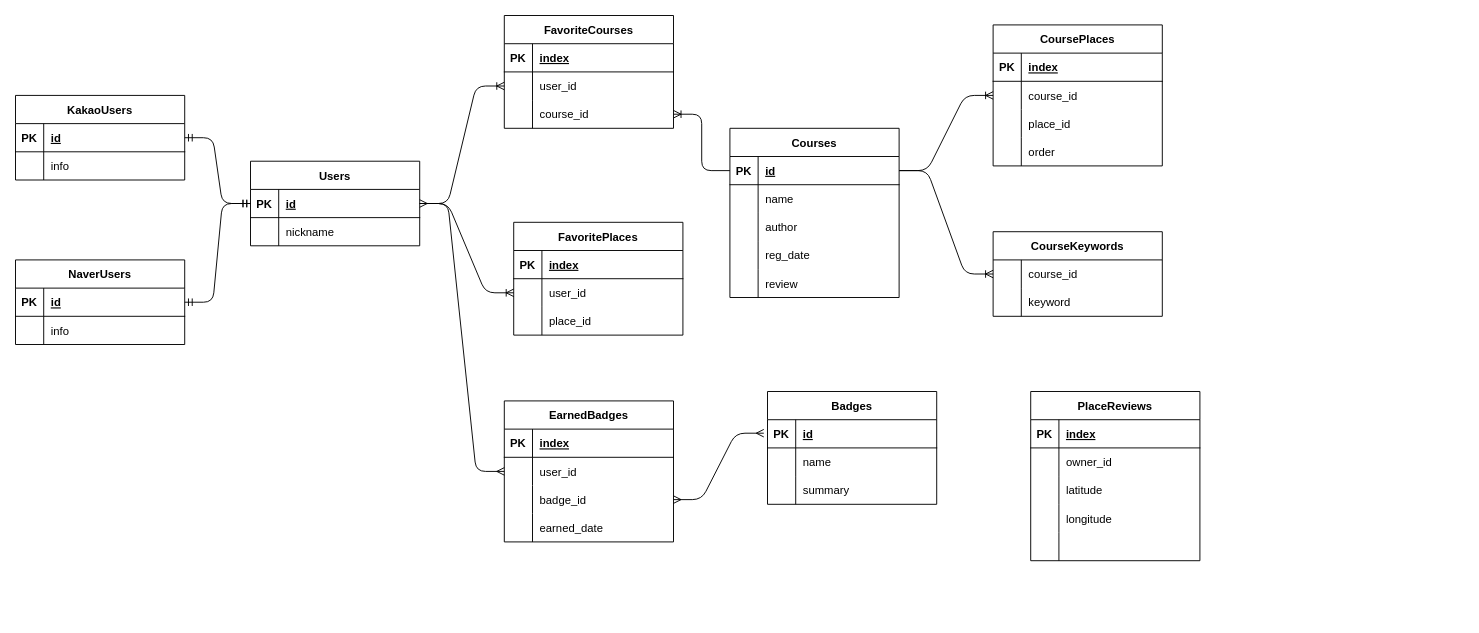
Earlier version of the draw.io diagram doc/scheme.drawio (snowmerak/ggeco). Source tidied: cells renumbered, new cells numbered last; positions are measured from the earlier drawing's top-left corner, leaving out a move shared by most shapes. Both pictures are drawn from the tidied source at 94%, with x=0, y=0 at pixel (15, 15).
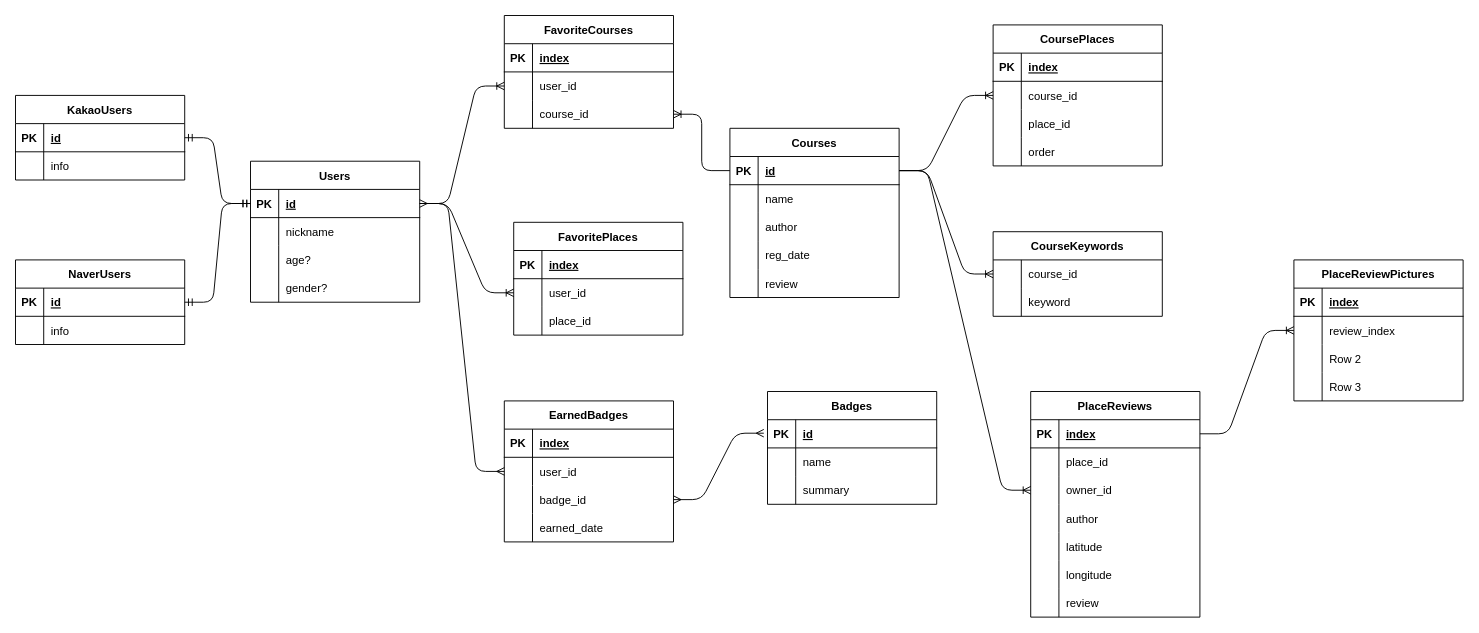
The same page after the edit.

Unchanged cells that the change refers to:
```xml
<mxCell id="3" style="shape=tableRow;horizontal=0;startSize=0;swimlaneHead=0;swimlaneBody=0;fillColor=none;points=[[0,0.5],[1,0.5]];portConstraint=eastwest;top=0;left=0;right=0;bottom=1;" parent="2" vertex="1">
  <mxGeometry y="30" width="180" height="30" as="geometry" />
</mxCell>
<mxCell id="112" style="shape=tableRow;horizontal=0;startSize=0;swimlaneHead=0;swimlaneBody=0;fillColor=none;points=[[0,0.5],[1,0.5]];portConstraint=eastwest;top=0;left=0;right=0;bottom=1;" parent="111" vertex="1">
  <mxGeometry y="30" width="180" height="30" as="geometry" />
</mxCell>
```

Change to the diagram source:
```diff
@@
     <mxCell id="40" value="Users" style="shape=table;startSize=30;childLayout=tableLayout;rowLines=0;fontStyle=1;align=center;" parent="1" vertex="1">
-      <mxGeometry x="250" y="155" width="180" height="90" as="geometry" />
+      <mxGeometry x="250" y="155" width="180" height="150" as="geometry" />
     </mxCell>
@@
+    <mxCell id="127" style="shape=tableRow;horizontal=0;startSize=0;swimlaneHead=0;swimlaneBody=0;fillColor=none;top=0;left=0;right=0;bottom=0;" parent="40" vertex="1">
+      <mxGeometry y="90" width="180" height="30" as="geometry" />
+    </mxCell>
+    <mxCell id="128" style="shape=partialRectangle;fillColor=none;top=0;left=0;bottom=0;right=0;overflow=hidden;" parent="127" vertex="1">
+      <mxGeometry width="30" height="30" as="geometry" />
+    </mxCell>
+    <mxCell id="129" value="age?" style="shape=partialRectangle;fillColor=none;top=0;left=0;bottom=0;right=0;align=left;spacingLeft=6;overflow=hidden;" parent="127" vertex="1">
+      <mxGeometry x="30" width="150" height="30" as="geometry" />
+    </mxCell>
+    <mxCell id="130" style="shape=tableRow;horizontal=0;startSize=0;swimlaneHead=0;swimlaneBody=0;fillColor=none;top=0;left=0;right=0;bottom=0;" parent="40" vertex="1">
+      <mxGeometry y="120" width="180" height="30" as="geometry" />
+    </mxCell>
+    <mxCell id="131" style="shape=partialRectangle;fillColor=none;top=0;left=0;bottom=0;right=0;overflow=hidden;" parent="130" vertex="1">
+      <mxGeometry width="30" height="30" as="geometry" />
+    </mxCell>
+    <mxCell id="132" value="gender?" style="shape=partialRectangle;fillColor=none;top=0;left=0;bottom=0;right=0;align=left;spacingLeft=6;overflow=hidden;" parent="130" vertex="1">
+      <mxGeometry x="30" width="150" height="30" as="geometry" />
+    </mxCell>
@@
     <mxCell id="111" value="PlaceReviews" style="shape=table;startSize=30;childLayout=tableLayout;rowLines=0;fontStyle=1;align=center;" parent="1" vertex="1">
-      <mxGeometry x="1080" y="400" width="180" height="180" as="geometry" />
+      <mxGeometry x="1080" y="400" width="180" height="240" as="geometry" />
     </mxCell>
@@
+    <mxCell id="133" style="shape=tableRow;horizontal=0;startSize=0;swimlaneHead=0;swimlaneBody=0;fillColor=none;top=0;left=0;right=0;bottom=0;" parent="111" vertex="1">
+      <mxGeometry y="60" width="180" height="30" as="geometry" />
+    </mxCell>
+    <mxCell id="134" style="shape=partialRectangle;fillColor=none;top=0;left=0;bottom=0;right=0;overflow=hidden;" parent="133" vertex="1">
+      <mxGeometry width="30" height="30" as="geometry" />
+    </mxCell>
+    <mxCell id="135" value="place_id" style="shape=partialRectangle;fillColor=none;top=0;left=0;bottom=0;right=0;align=left;spacingLeft=6;overflow=hidden;" parent="133" vertex="1">
+      <mxGeometry x="30" width="150" height="30" as="geometry" />
+    </mxCell>
     <mxCell id="115" style="shape=tableRow;horizontal=0;startSize=0;swimlaneHead=0;swimlaneBody=0;fillColor=none;points=[[0,0.5],[1,0.5]];portConstraint=eastwest;top=0;left=0;right=0;bottom=0;" parent="111" vertex="1">
-      <mxGeometry y="60" width="180" height="30" as="geometry" />
+      <mxGeometry y="90" width="180" height="30" as="geometry" />
     </mxCell>
@@
+    <mxCell id="136" style="shape=tableRow;horizontal=0;startSize=0;swimlaneHead=0;swimlaneBody=0;fillColor=none;top=0;left=0;right=0;bottom=0;" parent="111" vertex="1">
+      <mxGeometry y="120" width="180" height="30" as="geometry" />
+    </mxCell>
+    <mxCell id="137" style="shape=partialRectangle;fillColor=none;top=0;left=0;bottom=0;right=0;overflow=hidden;" parent="136" vertex="1">
+      <mxGeometry width="30" height="30" as="geometry" />
+    </mxCell>
+    <mxCell id="138" value="author" style="shape=partialRectangle;fillColor=none;top=0;left=0;bottom=0;right=0;align=left;spacingLeft=6;overflow=hidden;" parent="136" vertex="1">
+      <mxGeometry x="30" width="150" height="30" as="geometry" />
+    </mxCell>
     <mxCell id="118" style="shape=tableRow;horizontal=0;startSize=0;swimlaneHead=0;swimlaneBody=0;fillColor=none;top=0;left=0;right=0;bottom=0;" parent="111" vertex="1">
-      <mxGeometry y="90" width="180" height="30" as="geometry" />
+      <mxGeometry y="150" width="180" height="30" as="geometry" />
     </mxCell>
@@
     <mxCell id="121" style="shape=tableRow;horizontal=0;startSize=0;swimlaneHead=0;swimlaneBody=0;fillColor=none;top=0;left=0;right=0;bottom=0;" parent="111" vertex="1">
-      <mxGeometry y="120" width="180" height="30" as="geometry" />
+      <mxGeometry y="180" width="180" height="30" as="geometry" />
     </mxCell>
@@
     <mxCell id="124" style="shape=tableRow;horizontal=0;startSize=0;swimlaneHead=0;swimlaneBody=0;fillColor=none;top=0;left=0;right=0;bottom=0;" parent="111" vertex="1">
-      <mxGeometry y="150" width="180" height="30" as="geometry" />
+      <mxGeometry y="210" width="180" height="30" as="geometry" />
     </mxCell>
@@
-    <mxCell id="126" style="shape=partialRectangle;fillColor=none;top=0;left=0;bottom=0;right=0;align=left;spacingLeft=6;overflow=hidden;" parent="124" vertex="1">
+    <mxCell id="126" value="review" style="shape=partialRectangle;fillColor=none;top=0;left=0;bottom=0;right=0;align=left;spacingLeft=6;overflow=hidden;" parent="124" vertex="1">
       <mxGeometry x="30" width="150" height="30" as="geometry" />
     </mxCell>
+    <mxCell id="139" style="edgeStyle=entityRelationEdgeStyle;fontSize=12;html=1;endArrow=ERoneToMany;exitX=1;exitY=0.5;exitDx=0;exitDy=0;entryX=0;entryY=0.5;entryDx=0;entryDy=0;" parent="1" edge="1" source="3" target="115">
+      <mxGeometry relative="1" as="geometry" />
+    </mxCell>
+    <mxCell id="140" value="PlaceReviewPictures" style="shape=table;startSize=30;childLayout=tableLayout;rowLines=0;fontStyle=1;align=center;" parent="1" vertex="1">
+      <mxGeometry x="1360" y="260" width="180" height="150" as="geometry" />
+    </mxCell>
+    <mxCell id="141" style="shape=tableRow;horizontal=0;startSize=0;swimlaneHead=0;swimlaneBody=0;fillColor=none;top=0;left=0;right=0;bottom=1;" parent="140" vertex="1">
+      <mxGeometry y="30" width="180" height="30" as="geometry" />
+    </mxCell>
+    <mxCell id="142" value="PK" style="shape=partialRectangle;fillColor=none;top=0;left=0;bottom=0;right=0;fontStyle=1;overflow=hidden;" parent="141" vertex="1">
+      <mxGeometry width="30" height="30" as="geometry" />
+    </mxCell>
+    <mxCell id="143" value="index" style="shape=partialRectangle;fillColor=none;top=0;left=0;bottom=0;right=0;align=left;spacingLeft=6;fontStyle=5;overflow=hidden;" parent="141" vertex="1">
+      <mxGeometry x="30" width="150" height="30" as="geometry" />
+    </mxCell>
+    <mxCell id="144" style="shape=tableRow;horizontal=0;startSize=0;swimlaneHead=0;swimlaneBody=0;fillColor=none;points=[[0,0.5],[1,0.5]];portConstraint=eastwest;top=0;left=0;right=0;bottom=0;" parent="140" vertex="1">
+      <mxGeometry y="60" width="180" height="30" as="geometry" />
+    </mxCell>
+    <mxCell id="145" style="shape=partialRectangle;fillColor=none;top=0;left=0;bottom=0;right=0;overflow=hidden;" parent="144" vertex="1">
+      <mxGeometry width="30" height="30" as="geometry" />
+    </mxCell>
+    <mxCell id="146" value="review_index" style="shape=partialRectangle;fillColor=none;top=0;left=0;bottom=0;right=0;align=left;spacingLeft=6;overflow=hidden;" parent="144" vertex="1">
+      <mxGeometry x="30" width="150" height="30" as="geometry" />
+    </mxCell>
+    <mxCell id="147" style="shape=tableRow;horizontal=0;startSize=0;swimlaneHead=0;swimlaneBody=0;fillColor=none;top=0;left=0;right=0;bottom=0;" parent="140" vertex="1">
+      <mxGeometry y="90" width="180" height="30" as="geometry" />
+    </mxCell>
+    <mxCell id="148" style="shape=partialRectangle;fillColor=none;top=0;left=0;bottom=0;right=0;overflow=hidden;" parent="147" vertex="1">
+      <mxGeometry width="30" height="30" as="geometry" />
+    </mxCell>
+    <mxCell id="149" value="Row 2" style="shape=partialRectangle;fillColor=none;top=0;left=0;bottom=0;right=0;align=left;spacingLeft=6;overflow=hidden;" parent="147" vertex="1">
+      <mxGeometry x="30" width="150" height="30" as="geometry" />
+    </mxCell>
+    <mxCell id="150" style="shape=tableRow;horizontal=0;startSize=0;swimlaneHead=0;swimlaneBody=0;fillColor=none;top=0;left=0;right=0;bottom=0;" parent="140" vertex="1">
+      <mxGeometry y="120" width="180" height="30" as="geometry" />
+    </mxCell>
+    <mxCell id="151" style="shape=partialRectangle;fillColor=none;top=0;left=0;bottom=0;right=0;overflow=hidden;" parent="150" vertex="1">
+      <mxGeometry width="30" height="30" as="geometry" />
+    </mxCell>
+    <mxCell id="152" value="Row 3" style="shape=partialRectangle;fillColor=none;top=0;left=0;bottom=0;right=0;align=left;spacingLeft=6;overflow=hidden;" parent="150" vertex="1">
+      <mxGeometry x="30" width="150" height="30" as="geometry" />
+    </mxCell>
+    <mxCell id="153" style="edgeStyle=entityRelationEdgeStyle;fontSize=12;html=1;endArrow=ERoneToMany;exitX=1;exitY=0.5;exitDx=0;exitDy=0;entryX=0;entryY=0.5;entryDx=0;entryDy=0;" parent="1" edge="1" source="112" target="144">
+      <mxGeometry relative="1" as="geometry" />
+    </mxCell>
```
